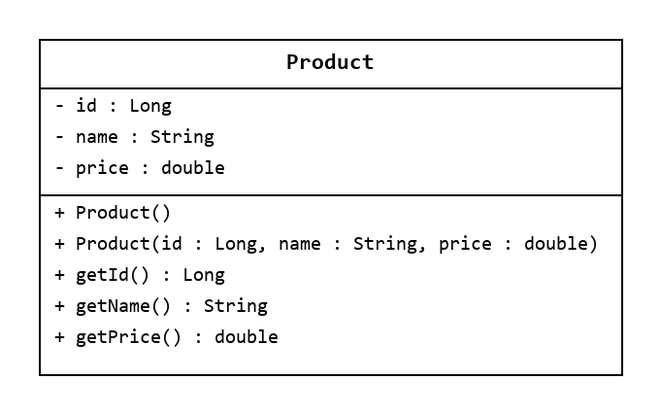
Above: docs/uml/Product.png in Senuka256/products-api (PlantUML), before the change. Its source is kept beside it as docs/uml/Product.puml.
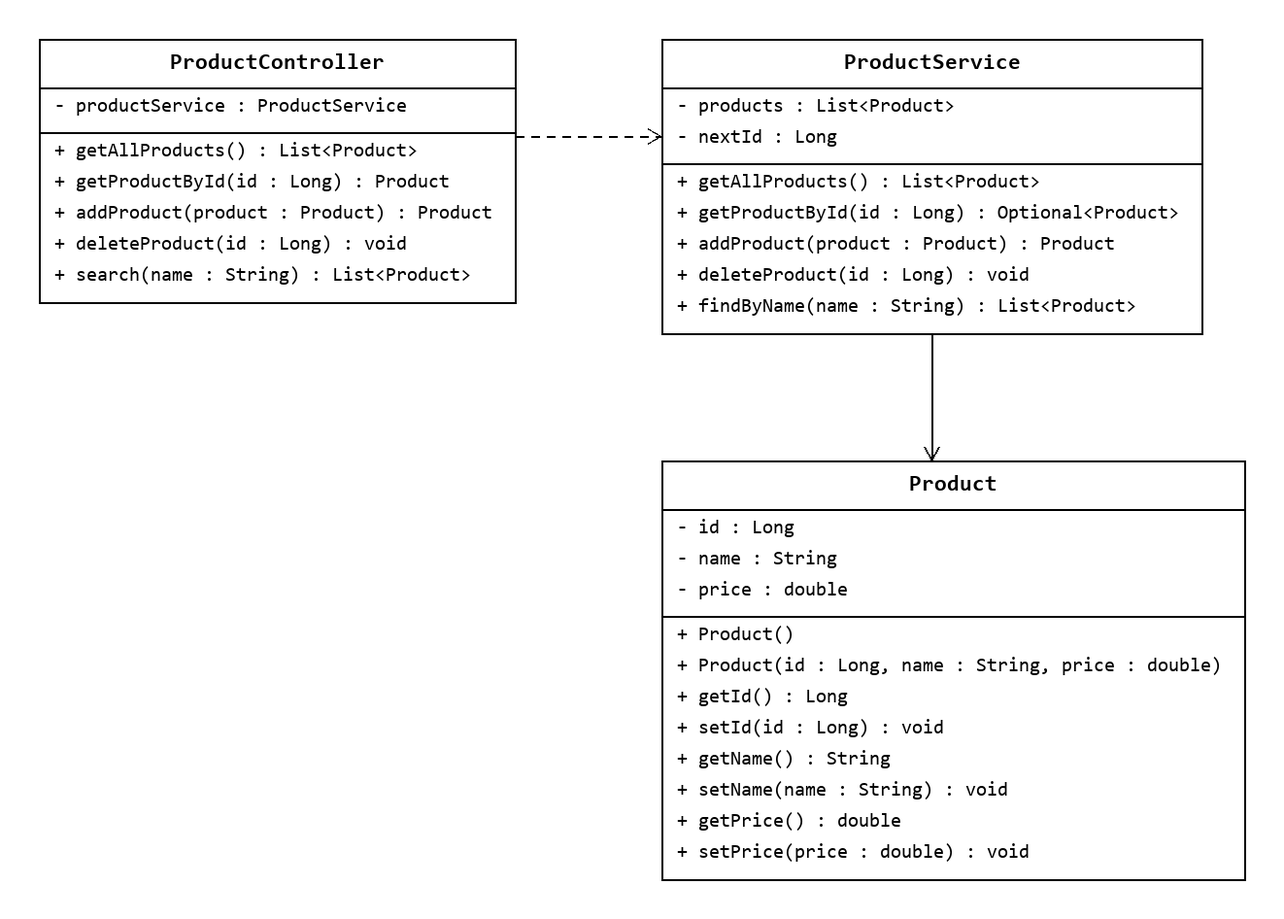
After the change.

Commit message:
Tutorial 3 work week 4: UML diagrams and lab notes

Change to the diagram source:
```diff
@@ -1,4 +1,22 @@
 @startuml
+left to right direction
+class ProductController {
+    - productService : ProductService
+    + getAllProducts() : List<Product>
+    + getProductById(id : Long) : Product
+    + addProduct(product : Product) : Product
+    + deleteProduct(id : Long) : void
+    + search(name : String) : List<Product>
+}
+class ProductService {
+    - products : List<Product>
+    - nextId : Long
+    + getAllProducts() : List<Product>
+    + getProductById(id : Long) : Optional<Product>
+    + addProduct(product : Product) : Product
+    + deleteProduct(id : Long) : void
+    + findByName(name : String) : List<Product>
+}
 class Product {
     - id : Long
     - name : String
@@ -6,7 +24,12 @@
     + Product()
     + Product(id : Long, name : String, price : double)
     + getId() : Long
+    + setId(id : Long) : void
     + getName() : String
+    + setName(name : String) : void
     + getPrice() : double
+    + setPrice(price : double) : void
 }
+ProductController ..> ProductService
+ProductService --> Product
 @enduml
```
